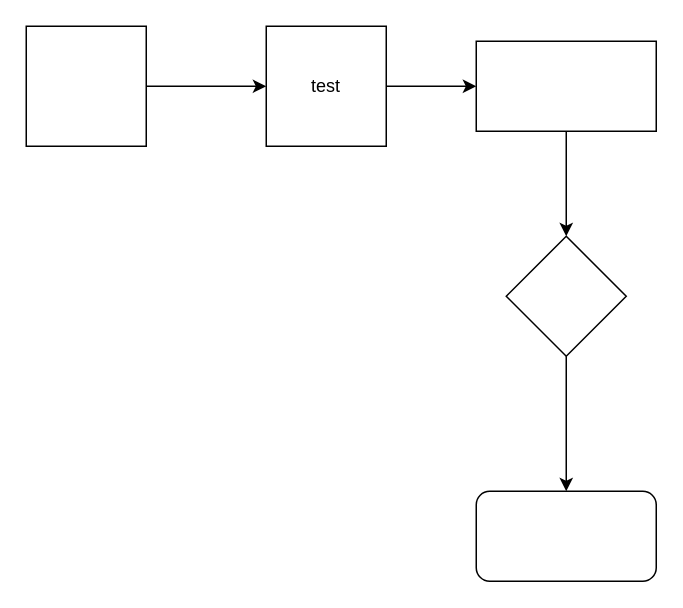
This is test-diagram.drawio from bernardyn/inetum, a draw.io file, before an edit. Source tidied: cells renumbered, new cells numbered last; positions are measured from the earlier drawing's top-left corner, leaving out a move shared by most shapes. Both pictures are drawn from the tidied source at 150%, with x=0, y=0 at pixel (26, 26).
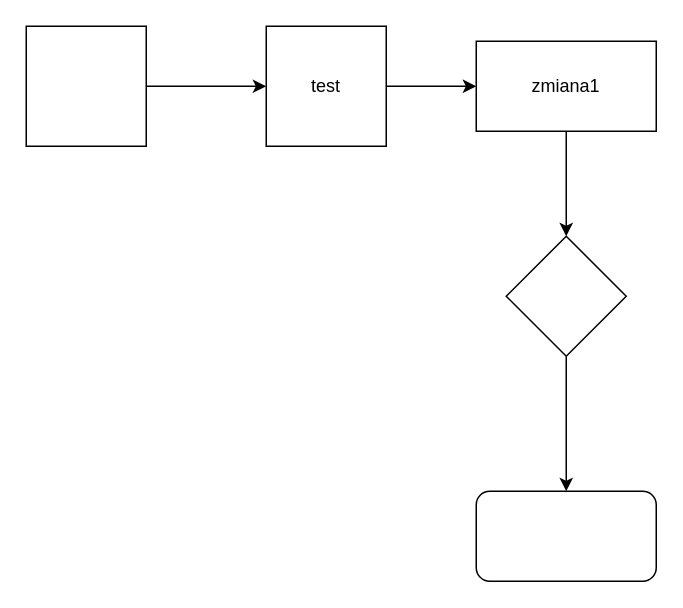
Above is the later version.

The edit, as a diff of the source:
```diff
@@
 <mxGraphModel>
   <root>
     <mxCell id="0" />
     <mxCell id="1" parent="0" />
     <mxCell id="2" style="edgeStyle=orthogonalEdgeStyle;rounded=0;jettySize=auto;html=1;" parent="1" edge="1" source="3" target="5">
       <mxGeometry relative="1" as="geometry" />
     </mxCell>
     <mxCell id="3" style="whiteSpace=wrap;html=1;" parent="1" vertex="1">
       <mxGeometry width="80" height="80" as="geometry" />
     </mxCell>
     <mxCell id="4" style="edgeStyle=orthogonalEdgeStyle;rounded=0;jettySize=auto;html=1;" parent="1" edge="1" source="5" target="7">
       <mxGeometry relative="1" as="geometry" />
     </mxCell>
     <mxCell id="5" value="test" style="whiteSpace=wrap;html=1;" parent="1" vertex="1">
       <mxGeometry x="160" width="80" height="80" as="geometry" />
     </mxCell>
     <mxCell id="6" style="edgeStyle=orthogonalEdgeStyle;rounded=0;jettySize=auto;html=1;" parent="1" edge="1" source="7" target="9">
       <mxGeometry relative="1" as="geometry" />
     </mxCell>
-    <mxCell id="7" style="whiteSpace=wrap;html=1;" parent="1" vertex="1">
+    <mxCell id="7" value="zmiana1" style="whiteSpace=wrap;html=1;" parent="1" vertex="1">
       <mxGeometry x="300" y="10" width="120" height="60" as="geometry" />
     </mxCell>
     <mxCell id="8" style="edgeStyle=orthogonalEdgeStyle;rounded=0;jettySize=auto;html=1;" parent="1" edge="1" source="9" target="10">
       <mxGeometry relative="1" as="geometry" />
     </mxCell>
     <mxCell id="9" style="rhombus;whiteSpace=wrap;html=1;" parent="1" vertex="1">
       <mxGeometry x="320" y="140" width="80" height="80" as="geometry" />
     </mxCell>
     <mxCell id="10" style="rounded=1;whiteSpace=wrap;html=1;" parent="1" vertex="1">
       <mxGeometry x="300" y="310" width="120" height="60" as="geometry" />
     </mxCell>
   </root>
 </mxGraphModel>
```
